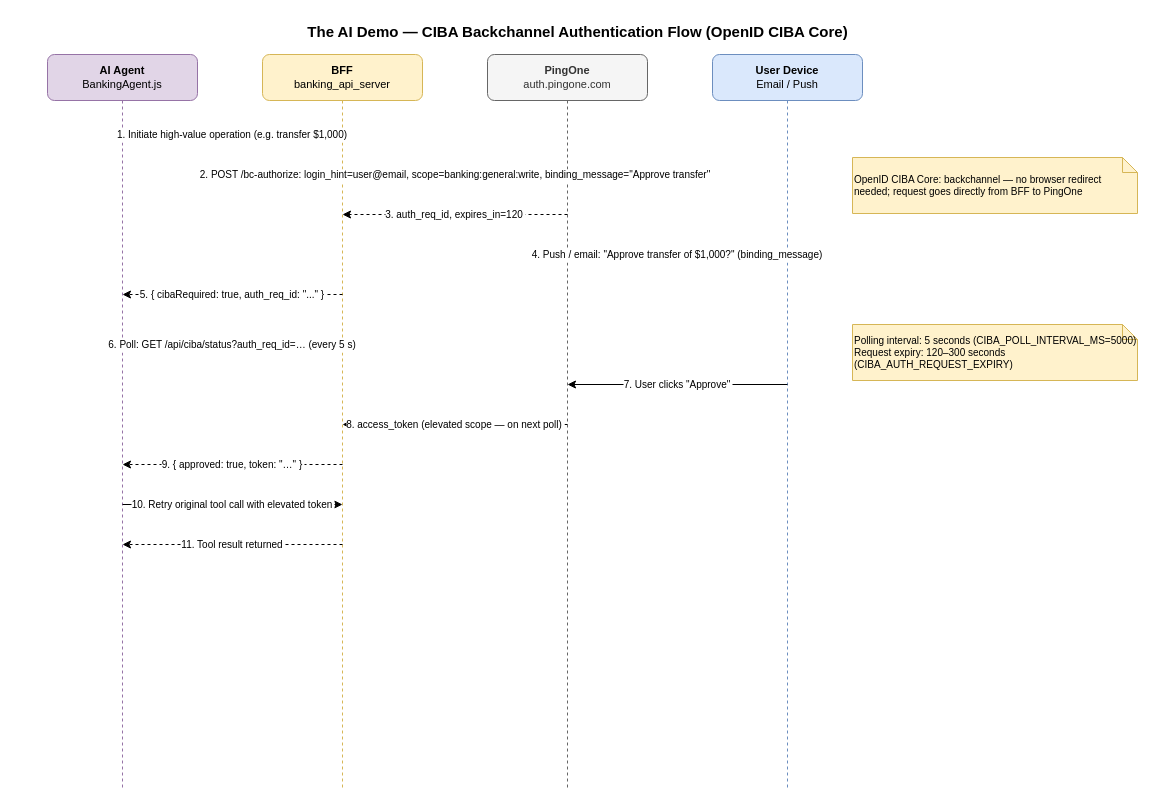
Earlier version of the draw.io diagram docs/Super-Banking-CIBA-Flow.drawio (curtismu7/AI-DEMO2). Source tidied: cells renumbered, new cells numbered last; positions are measured from the earlier drawing's top-left corner, leaving out a move shared by most shapes. Both pictures are drawn from the tidied source at 100%, with x=0, y=0 at pixel (17, 17).
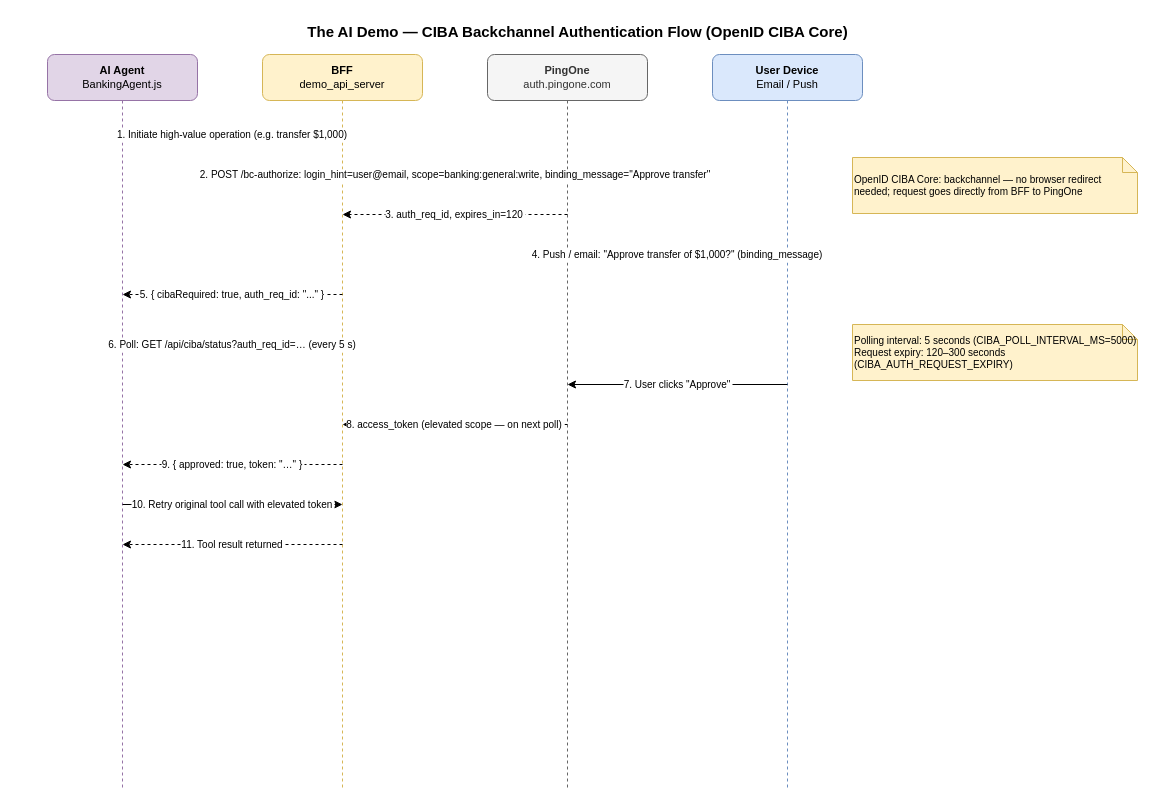
The same page after the edit.

What changed in the source:
```diff
@@
-    <mxCell id="4" value="&lt;b&gt;BFF&lt;/b&gt;&lt;br&gt;banking_api_server" style="rounded=1;whiteSpace=wrap;html=1;fillColor=#fff2cc;strokeColor=#d6b656;fontSize=11;" parent="1" vertex="1">
+    <mxCell id="4" value="&lt;b&gt;BFF&lt;/b&gt;&lt;br&gt;demo_api_server" style="rounded=1;whiteSpace=wrap;html=1;fillColor=#fff2cc;strokeColor=#d6b656;fontSize=11;" parent="1" vertex="1">
       <mxGeometry x="245" y="37" width="160" height="46" as="geometry" />
     </mxCell>
```
